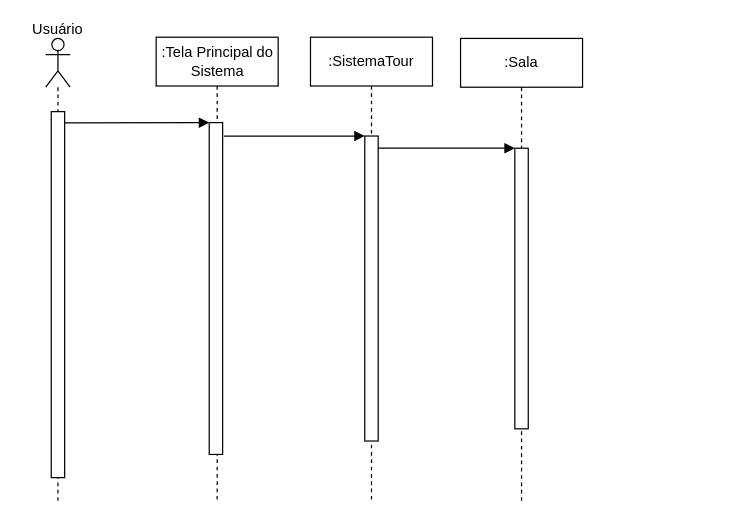
Gigagiga1234/Tour-Virtual keeps this draw.io diagram as DiagramaDeSequencia-SelecionarLocal.drawio. Above is the earlier version. Source tidied: cells renumbered, new cells numbered last; positions are measured from the earlier drawing's top-left corner, leaving out a move shared by most shapes. Both pictures are drawn from the tidied source at 122%, with x=0, y=0 at pixel (21, 21).
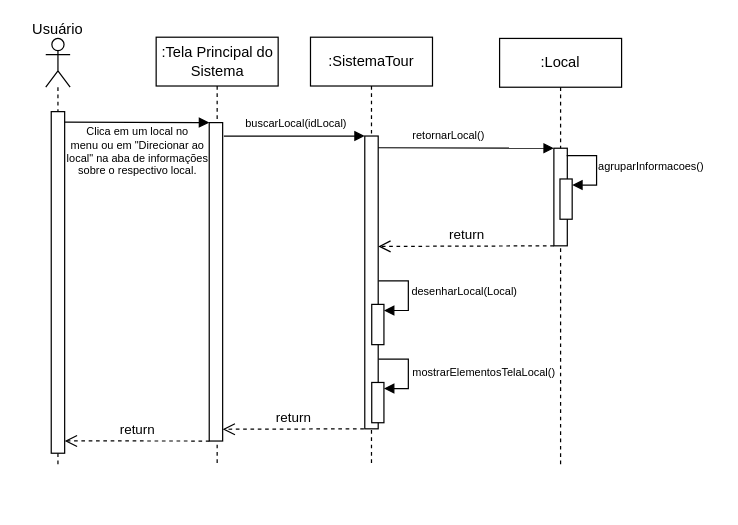
The same diagram, later.

The edit, as a diff of the source:
```diff
@@
     <mxCell id="2" style="shape=umlLifeline;perimeter=lifelinePerimeter;whiteSpace=wrap;html=1;newEdgeStyle={&quot;curved&quot;:0,&quot;rounded&quot;:0};participant=umlActor;" parent="1" vertex="1">
-      <mxGeometry x="20" y="14" width="20" height="380" as="geometry" />
+      <mxGeometry x="20" y="14" width="20" height="350" as="geometry" />
     </mxCell>
@@
     <mxCell id="4" style="rounded=0;whiteSpace=wrap;html=1;" parent="1" vertex="1">
-      <mxGeometry x="24.5" y="74" width="11" height="300" as="geometry" />
+      <mxGeometry x="24.5" y="74" width="11" height="280" as="geometry" />
     </mxCell>
@@
     <mxCell id="6" value=":Tela Principal do Sistema" style="shape=umlLifeline;perimeter=lifelinePerimeter;whiteSpace=wrap;html=1;newEdgeStyle={&quot;curved&quot;:0,&quot;rounded&quot;:0};" parent="1" vertex="1">
-      <mxGeometry x="110.5" y="13" width="100" height="381" as="geometry" />
+      <mxGeometry x="110.5" y="13" width="100" height="351" as="geometry" />
     </mxCell>
     <mxCell id="7" style="rounded=0;whiteSpace=wrap;html=1;" parent="1" vertex="1">
-      <mxGeometry x="154" y="83" width="11" height="272" as="geometry" />
+      <mxGeometry x="154" y="83" width="11" height="261" as="geometry" />
     </mxCell>
     <mxCell id="8" value=":SistemaTour" style="shape=umlLifeline;perimeter=lifelinePerimeter;whiteSpace=wrap;html=1;newEdgeStyle={&quot;curved&quot;:0,&quot;rounded&quot;:0};" parent="1" vertex="1">
-      <mxGeometry x="237" y="13" width="100" height="381" as="geometry" />
+      <mxGeometry x="237" y="13" width="100" height="351" as="geometry" />
     </mxCell>
     <mxCell id="9" style="rounded=0;whiteSpace=wrap;html=1;" parent="1" vertex="1">
-      <mxGeometry x="281.5" y="94" width="11" height="250" as="geometry" />
+      <mxGeometry x="281.5" y="94" width="11" height="240" as="geometry" />
     </mxCell>
@@
-    <mxCell id="11" value=":Sala" style="shape=umlLifeline;perimeter=lifelinePerimeter;whiteSpace=wrap;html=1;newEdgeStyle={&quot;curved&quot;:0,&quot;rounded&quot;:0};" parent="1" vertex="1">
-      <mxGeometry x="360" y="14" width="100" height="381" as="geometry" />
+    <mxCell id="11" value=":Local" style="shape=umlLifeline;perimeter=lifelinePerimeter;whiteSpace=wrap;html=1;newEdgeStyle={&quot;curved&quot;:0,&quot;rounded&quot;:0};" parent="1" vertex="1">
+      <mxGeometry x="392" y="14" width="100" height="350" as="geometry" />
     </mxCell>
     <mxCell id="12" style="rounded=0;whiteSpace=wrap;html=1;" parent="1" vertex="1">
-      <mxGeometry x="404.5" y="104" width="11" height="230" as="geometry" />
+      <mxGeometry x="436.5" y="104" width="11" height="80" as="geometry" />
     </mxCell>
-    <mxCell id="13" style="endArrow=block;html=1;rounded=0;exitX=0.998;exitY=0.04;exitDx=0;exitDy=0;exitPerimeter=0;endFill=1;entryX=0;entryY=0;entryDx=0;entryDy=0;" parent="1" edge="1" source="9">
-      <mxGeometry relative="1" as="geometry">
-        <mxPoint x="404.5" y="104" as="targetPoint" />
-      </mxGeometry>
+    <mxCell id="13" style="endArrow=block;html=1;rounded=0;exitX=0.998;exitY=0.04;exitDx=0;exitDy=0;exitPerimeter=0;endFill=1;entryX=0;entryY=0;entryDx=0;entryDy=0;" parent="1" edge="1" source="9" target="12">
+      <mxGeometry relative="1" as="geometry" />
     </mxCell>
+    <mxCell id="14" style="html=1;perimeter=orthogonalPerimeter;targetShapes=umlLifeline;newEdgeStyle={&quot;curved&quot;:0,&quot;rounded&quot;:0};" parent="1" vertex="1">
+      <mxGeometry x="441.5" y="129.2" width="10" height="33" as="geometry" />
+    </mxCell>
+    <mxCell id="15" style="html=1;align=left;spacingLeft=2;endArrow=block;rounded=0;edgeStyle=elbowEdgeStyle;rounded=0;exitX=1.089;exitY=0.74;exitDx=0;exitDy=0;exitPerimeter=0;entryX=1;entryY=0;entryDx=0;entryDy=5;entryPerimeter=0;" parent="1" edge="1">
+      <mxGeometry x="-0.17" y="30" relative="1" as="geometry">
+        <mxPoint x="447" y="110" as="sourcePoint" />
+        <mxPoint x="451.5" y="134.2" as="targetPoint" />
+        <Array as="points">
+          <mxPoint x="471.5" y="122.2" />
+        </Array>
+      </mxGeometry>
+    </mxCell>
+    <mxCell id="16" value="Clica em um local no&lt;div&gt;menu&amp;nbsp;&lt;span style=&quot;background-color: transparent;&quot;&gt;ou em &quot;Direcionar ao&lt;/span&gt;&lt;/div&gt;&lt;div&gt;&lt;span style=&quot;background-color: transparent;&quot;&gt;local&quot;&amp;nbsp;&lt;/span&gt;&lt;span style=&quot;background-color: transparent;&quot;&gt;na&amp;nbsp;&lt;/span&gt;&lt;span style=&quot;background-color: transparent;&quot;&gt;aba de informações&lt;/span&gt;&lt;/div&gt;&lt;div&gt;&lt;span style=&quot;background-color: transparent;&quot;&gt;sobre o&lt;/span&gt;&lt;span style=&quot;background-color: transparent;&quot;&gt;&amp;nbsp;respectivo local.&lt;/span&gt;&lt;/div&gt;" style="text;html=1;align=center;verticalAlign=middle;strokeColor=none;fillColor=none;fontSize=9;" parent="1" vertex="1">
+      <mxGeometry x="24.5" y="77" width="140" height="60" as="geometry" />
+    </mxCell>
+    <mxCell id="17" value="buscarLocal(idLocal)" style="text;html=1;align=center;verticalAlign=middle;strokeColor=none;fillColor=none;fontSize=9;" parent="1" vertex="1">
+      <mxGeometry x="170" y="74" width="110" height="20" as="geometry" />
+    </mxCell>
+    <mxCell id="18" value="retornarLocal()" style="text;html=1;align=center;verticalAlign=middle;strokeColor=none;fillColor=none;fontSize=9;" parent="1" vertex="1">
+      <mxGeometry x="310" y="84" width="80" height="20" as="geometry" />
+    </mxCell>
+    <mxCell id="19" value="agruparInformacoes()" style="text;html=1;align=center;verticalAlign=middle;strokeColor=none;fillColor=none;fontSize=9;" parent="1" vertex="1">
+      <mxGeometry x="461" y="109.2" width="110" height="20" as="geometry" />
+    </mxCell>
+    <mxCell id="20" value="return" style="html=1;verticalAlign=bottom;endArrow=open;dashed=1;endSize=8;curved=0;rounded=0;entryX=1.004;entryY=0.377;entryDx=0;entryDy=0;entryPerimeter=0;exitX=0;exitY=1;exitDx=0;exitDy=0;" parent="1" edge="1" source="12" target="9">
+      <mxGeometry relative="1" as="geometry" />
+    </mxCell>
+    <mxCell id="21" style="html=1;perimeter=orthogonalPerimeter;targetShapes=umlLifeline;newEdgeStyle={&quot;curved&quot;:0,&quot;rounded&quot;:0};" parent="1" vertex="1">
+      <mxGeometry x="287.2" y="232" width="10" height="33" as="geometry" />
+    </mxCell>
+    <mxCell id="22" style="html=1;align=left;spacingLeft=2;endArrow=block;rounded=0;edgeStyle=elbowEdgeStyle;rounded=0;exitX=1.089;exitY=0.74;exitDx=0;exitDy=0;exitPerimeter=0;entryX=1;entryY=0;entryDx=0;entryDy=5;entryPerimeter=0;" parent="1" edge="1">
+      <mxGeometry x="-0.17" y="30" relative="1" as="geometry">
+        <mxPoint x="292.7" y="212.8" as="sourcePoint" />
+        <mxPoint x="297.2" y="237" as="targetPoint" />
+        <Array as="points">
+          <mxPoint x="317.2" y="225" />
+        </Array>
+      </mxGeometry>
+    </mxCell>
+    <mxCell id="23" value="desenharLocal(Local)" style="text;html=1;align=center;verticalAlign=middle;strokeColor=none;fillColor=none;fontSize=9;" parent="1" vertex="1">
+      <mxGeometry x="307.8" y="212" width="110" height="20" as="geometry" />
+    </mxCell>
+    <mxCell id="24" style="html=1;perimeter=orthogonalPerimeter;targetShapes=umlLifeline;newEdgeStyle={&quot;curved&quot;:0,&quot;rounded&quot;:0};" parent="1" vertex="1">
+      <mxGeometry x="287.2" y="296" width="10" height="33" as="geometry" />
+    </mxCell>
+    <mxCell id="25" style="html=1;align=left;spacingLeft=2;endArrow=block;rounded=0;edgeStyle=elbowEdgeStyle;rounded=0;exitX=1.089;exitY=0.74;exitDx=0;exitDy=0;exitPerimeter=0;entryX=1;entryY=0;entryDx=0;entryDy=5;entryPerimeter=0;" parent="1" edge="1">
+      <mxGeometry x="-0.17" y="30" relative="1" as="geometry">
+        <mxPoint x="292.7" y="276.8" as="sourcePoint" />
+        <mxPoint x="297.2" y="301" as="targetPoint" />
+        <Array as="points">
+          <mxPoint x="317.2" y="289" />
+        </Array>
+      </mxGeometry>
+    </mxCell>
+    <mxCell id="26" value="mostrarElementos&lt;span style=&quot;background-color: transparent;&quot;&gt;TelaLocal()&lt;/span&gt;" style="text;html=1;align=center;verticalAlign=middle;strokeColor=none;fillColor=none;fontSize=9;" parent="1" vertex="1">
+      <mxGeometry x="309" y="278" width="140" height="20" as="geometry" />
+    </mxCell>
+    <mxCell id="27" value="return" style="html=1;verticalAlign=bottom;endArrow=open;dashed=1;endSize=8;curved=0;rounded=0;entryX=0.998;entryY=0.963;entryDx=0;entryDy=0;entryPerimeter=0;" parent="1" edge="1" target="7">
+      <mxGeometry relative="1" as="geometry">
+        <mxPoint x="280.8" y="334" as="sourcePoint" />
+      </mxGeometry>
+    </mxCell>
+    <mxCell id="28" value="return" style="html=1;verticalAlign=bottom;endArrow=open;dashed=1;endSize=8;curved=0;rounded=0;entryX=1.006;entryY=0.964;entryDx=0;entryDy=0;entryPerimeter=0;" parent="1" edge="1" target="4">
+      <mxGeometry relative="1" as="geometry">
+        <mxPoint x="154.2" y="344" as="sourcePoint" />
+      </mxGeometry>
+    </mxCell>
```
